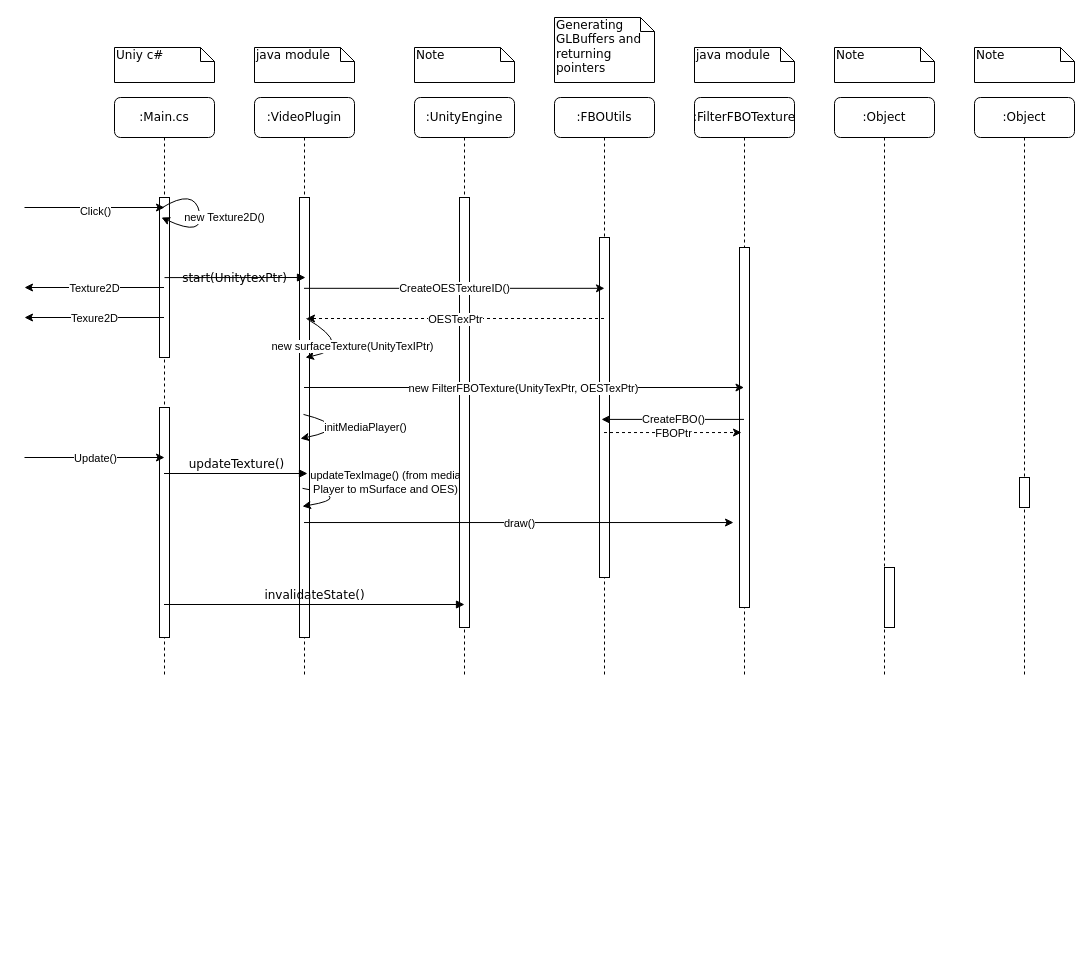
Earlier version of the draw.io diagram Documentation/Diagrams/DrawIo/SeqDiag_BroadCaster.drawio (xrchisense/xrevent-broadcaster-unity). Source tidied: cells renumbered, new cells numbered last; positions are measured from the earlier drawing's top-left corner, leaving out a move shared by most shapes. Both pictures are drawn from the tidied source at 100%, with x=0, y=0 at pixel (24, 17).
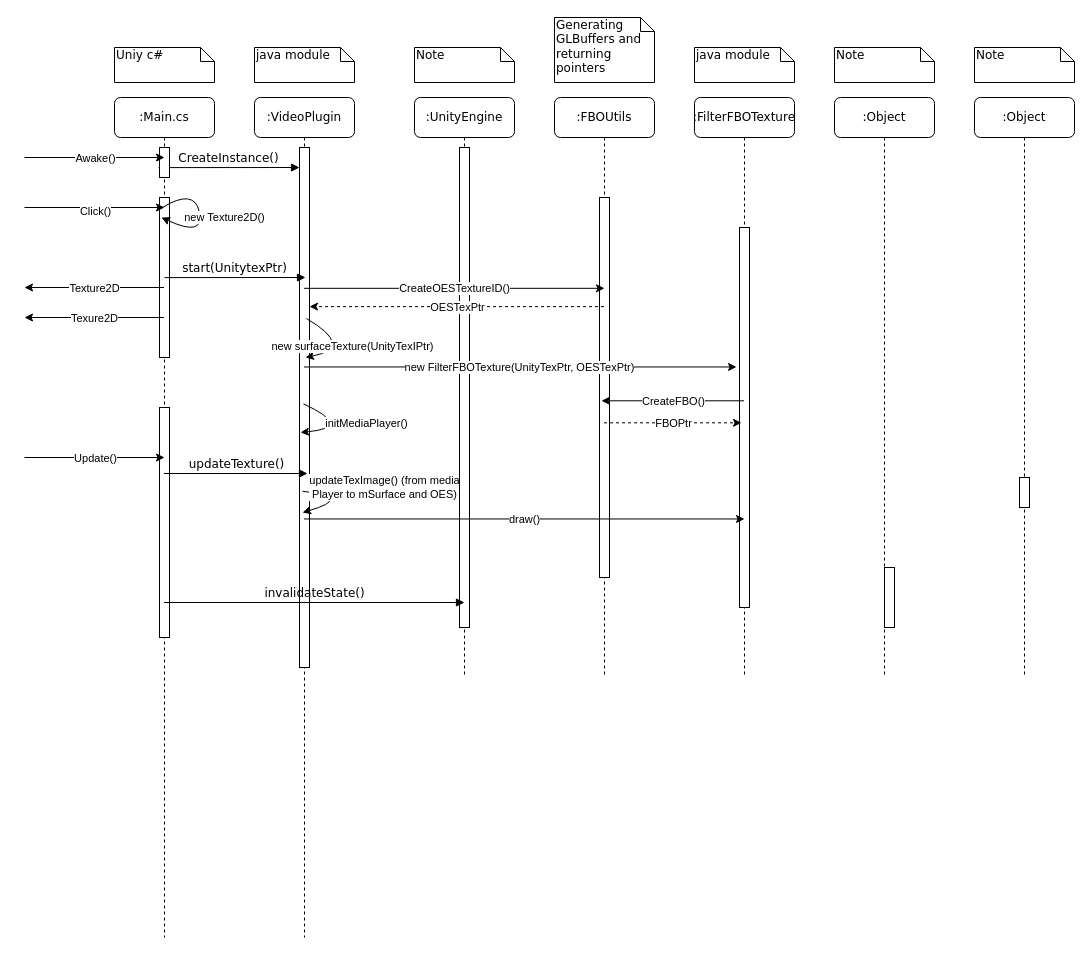
Above is the later version.

The change refers to these unchanged cells:
```xml
<mxCell id="9" value=":UnityEngine" style="shape=umlLifeline;perimeter=lifelinePerimeter;whiteSpace=wrap;html=1;rounded=1;shadow=0;comic=0;labelBackgroundColor=none;strokeWidth=1;fontFamily=Verdana;fontSize=12;align=center;" parent="1" vertex="1">
  <mxGeometry x="390" y="80" width="100" height="580" as="geometry" />
</mxCell>
<mxCell id="11" value=":FBOUtils" style="shape=umlLifeline;perimeter=lifelinePerimeter;whiteSpace=wrap;html=1;outlineConnect=0;rounded=1;shadow=0;comic=0;labelBackgroundColor=none;strokeWidth=1;fontFamily=Verdana;fontSize=12;align=center;" parent="1" vertex="1">
  <mxGeometry x="530" y="80" width="100" height="580" as="geometry" />
</mxCell>
<mxCell id="12" value=":FilterFBOTexture" style="shape=umlLifeline;perimeter=lifelinePerimeter;whiteSpace=wrap;html=1;outlineConnect=0;rounded=1;shadow=0;comic=0;labelBackgroundColor=none;strokeWidth=1;fontFamily=Verdana;fontSize=12;align=center;" parent="1" vertex="1">
  <mxGeometry x="670" y="80" width="100" height="580" as="geometry" />
</mxCell>
```

What changed in the source:
```diff
@@
     <mxCell id="2" value=":VideoPlugin" style="shape=umlLifeline;perimeter=lifelinePerimeter;whiteSpace=wrap;html=1;outlineConnect=0;rounded=1;shadow=0;comic=0;labelBackgroundColor=none;strokeWidth=1;fontFamily=Verdana;fontSize=12;align=center;" parent="1" vertex="1">
-      <mxGeometry x="230" y="80" width="100" height="580" as="geometry" />
+      <mxGeometry x="230" y="80" width="100" height="840" as="geometry" />
     </mxCell>
     <mxCell id="3" style="html=1;points=[];perimeter=orthogonalPerimeter;rounded=0;shadow=0;comic=0;labelBackgroundColor=none;strokeWidth=1;fontFamily=Verdana;fontSize=12;align=center;" parent="2" vertex="1">
-      <mxGeometry x="45" y="100" width="10" height="440" as="geometry" />
+      <mxGeometry x="45" y="50" width="10" height="520" as="geometry" />
     </mxCell>
@@
+    <mxCell id="53" value="CreateInstance()" style="html=1;verticalAlign=bottom;endArrow=block;labelBackgroundColor=none;fontFamily=Verdana;fontSize=12;edgeStyle=elbowEdgeStyle;elbow=vertical;" parent="2" edge="1">
+      <mxGeometry x="-0.01" relative="1" as="geometry">
+        <mxPoint x="-96" y="70.1" as="sourcePoint" />
+        <mxPoint x="45" y="70" as="targetPoint" />
+        <Array as="points">
+          <mxPoint x="-26" y="70" />
+        </Array>
+      </mxGeometry>
+    </mxCell>
@@
     <mxCell id="10" style="html=1;points=[];perimeter=orthogonalPerimeter;rounded=0;shadow=0;comic=0;labelBackgroundColor=none;strokeWidth=1;fontFamily=Verdana;fontSize=12;align=center;" parent="9" vertex="1">
-      <mxGeometry x="45" y="100" width="10" height="430" as="geometry" />
+      <mxGeometry x="45" y="50" width="10" height="480" as="geometry" />
     </mxCell>
@@
     <mxCell id="15" value=":Main.cs" style="shape=umlLifeline;perimeter=lifelinePerimeter;whiteSpace=wrap;html=1;outlineConnect=0;rounded=1;shadow=0;comic=0;labelBackgroundColor=none;strokeWidth=1;fontFamily=Verdana;fontSize=12;align=center;" parent="1" vertex="1">
-      <mxGeometry x="90" y="80" width="100" height="580" as="geometry" />
+      <mxGeometry x="90" y="80" width="100" height="840" as="geometry" />
     </mxCell>
@@
+    <mxCell id="54" style="html=1;perimeter=orthogonalPerimeter;rounded=0;shadow=0;comic=0;labelBackgroundColor=none;strokeWidth=1;fontFamily=Verdana;fontSize=12;align=center;" parent="15" vertex="1">
+      <mxGeometry x="45" y="50" width="10" height="30" as="geometry" />
+    </mxCell>
+    <mxCell id="55" style="endArrow=classic;html=1;rounded=0;" parent="15" edge="1">
+      <mxGeometry relative="1" as="geometry">
+        <mxPoint x="-90" y="60" as="sourcePoint" />
+        <mxPoint x="50" y="60" as="targetPoint" />
+      </mxGeometry>
+    </mxCell>
+    <mxCell id="56" value="Awake()" style="edgeLabel;html=1;align=center;verticalAlign=middle;" parent="55" vertex="1">
+      <mxGeometry relative="1" as="geometry" />
+    </mxCell>
     <mxCell id="19" style="html=1;points=[];perimeter=orthogonalPerimeter;rounded=0;shadow=0;comic=0;labelBackgroundColor=none;strokeWidth=1;fontFamily=Verdana;fontSize=12;align=center;" parent="1" vertex="1">
-      <mxGeometry x="575" y="220" width="10" height="340" as="geometry" />
+      <mxGeometry x="575" y="180" width="10" height="380" as="geometry" />
     </mxCell>
     <mxCell id="20" style="html=1;points=[];perimeter=orthogonalPerimeter;rounded=0;shadow=0;comic=0;labelBackgroundColor=none;strokeWidth=1;fontFamily=Verdana;fontSize=12;align=center;" parent="1" vertex="1">
-      <mxGeometry x="715" y="230" width="10" height="360" as="geometry" />
+      <mxGeometry x="715" y="210" width="10" height="380" as="geometry" />
     </mxCell>
@@
-    <mxCell id="34" value="start(UnitytexPtr)" style="html=1;verticalAlign=bottom;endArrow=block;entryX=0.6;entryY=0.184;labelBackgroundColor=none;fontFamily=Verdana;fontSize=12;edgeStyle=elbowEdgeStyle;elbow=vertical;entryDx=0;entryDy=0;entryPerimeter=0;" parent="1" edge="1" target="3">
-      <mxGeometry x="-0.01" y="-10" relative="1" as="geometry">
+    <mxCell id="34" value="start(UnitytexPtr)" style="html=1;verticalAlign=bottom;endArrow=block;labelBackgroundColor=none;fontFamily=Verdana;fontSize=12;edgeStyle=elbowEdgeStyle;elbow=vertical;" parent="1" edge="1">
+      <mxGeometry x="-0.01" relative="1" as="geometry">
         <mxPoint x="140" y="260.1" as="sourcePoint" />
+        <mxPoint x="281" y="260" as="targetPoint" />
         <Array as="points">
           <mxPoint x="210" y="260" />
         </Array>
       </mxGeometry>
     </mxCell>
@@
-    <mxCell id="41" style="endArrow=classic;html=1;rounded=0;entryX=0.7;entryY=0.275;entryDx=0;entryDy=0;entryPerimeter=0;dashed=1;" parent="1" edge="1" source="11" target="3">
+    <mxCell id="41" style="endArrow=classic;html=1;rounded=0;entryX=1;entryY=0.306;entryDx=0;entryDy=0;entryPerimeter=0;dashed=1;" parent="1" edge="1" source="11" target="3">
       <mxGeometry relative="1" as="geometry" />
     </mxCell>
@@
-    <mxCell id="43" style="endArrow=classic;html=1;rounded=0;" parent="1" edge="1" source="2" target="12">
+    <mxCell id="43" style="endArrow=classic;html=1;rounded=0;entryX=-0.3;entryY=0.367;entryDx=0;entryDy=0;entryPerimeter=0;" parent="1" edge="1" source="2" target="20">
       <mxGeometry relative="1" as="geometry" />
     </mxCell>
@@
-    <mxCell id="51" style="endArrow=classic;html=1;rounded=0;entryX=-0.6;entryY=0.764;entryDx=0;entryDy=0;entryPerimeter=0;" parent="1" edge="1" source="2" target="20">
+    <mxCell id="51" style="endArrow=classic;html=1;rounded=0;entryX=0.5;entryY=0.767;entryDx=0;entryDy=0;entryPerimeter=0;" parent="1" edge="1" source="2" target="20">
       <mxGeometry relative="1" as="geometry" />
     </mxCell>
```
